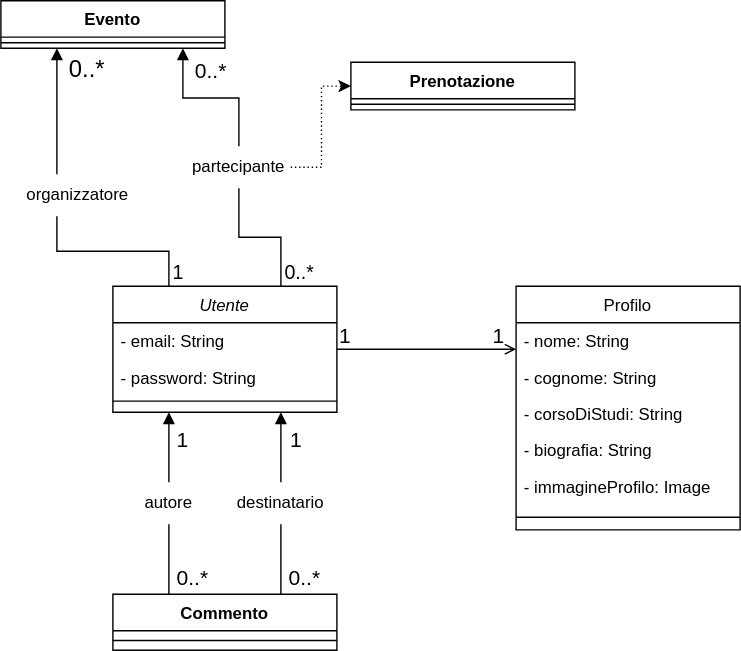
Before: ModelliDominioDrawio/Utente.svg, a diagram exported from draw.io (federicoporpora/studyLink). Source tidied: cells renumbered, new cells last; positions are measured from the earlier drawing's top-left corner, leaving out a move shared by most shapes.
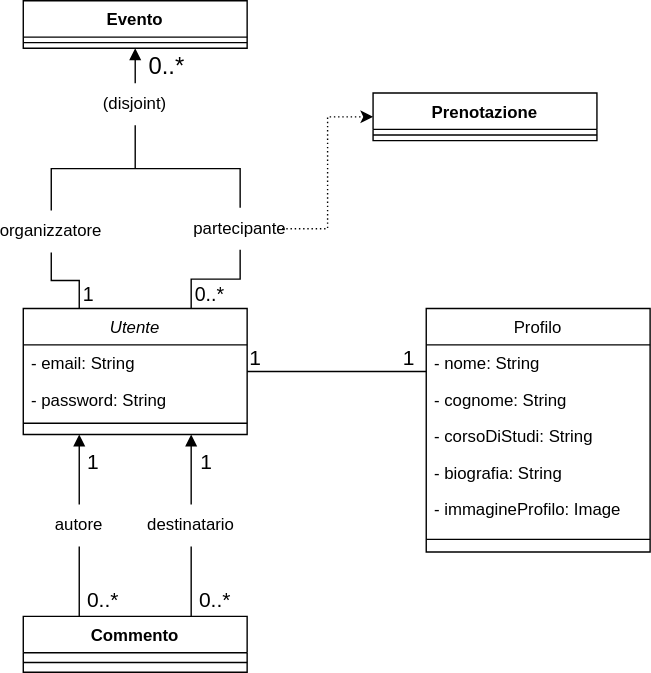
The same file after the commit.

Diff of the diagram source:
```diff
@@ -35,7 +35,7 @@
     <mxCell id="12" style="line;html=1;strokeWidth=1;align=left;verticalAlign=middle;spacingTop=-1;spacingLeft=3;spacingRight=3;labelPosition=right;" parent="6" vertex="1">
       <mxGeometry y="156" width="160" height="18" as="geometry" />
     </mxCell>
-    <mxCell id="13" style="endArrow=open;shadow=0;strokeWidth=1;rounded=0;curved=0;endFill=1;edgeStyle=elbowEdgeStyle;elbow=vertical;" parent="1" edge="1" source="2" target="6">
+    <mxCell id="13" style="endArrow=none;shadow=0;strokeWidth=1;rounded=0;curved=0;endFill=0;edgeStyle=elbowEdgeStyle;elbow=vertical;" parent="1" edge="1" source="2" target="6">
       <mxGeometry x="0.5" y="41" relative="1" as="geometry">
         <mxPoint x="-40" y="32" as="offset" />
       </mxGeometry>
@@ -67,29 +67,24 @@
       <mxGeometry x="205" y="324" as="geometry" />
     </mxCell>
     <mxCell id="22" value="Evento" style="swimlane;fontStyle=1;align=center;verticalAlign=top;horizontal=1;startSize=26;whiteSpace=wrap;html=1;" parent="1" vertex="1">
-      <mxGeometry width="160" height="34" as="geometry" />
+      <mxGeometry x="80" y="-16" width="160" height="34" as="geometry" />
     </mxCell>
     <mxCell id="23" style="line;strokeWidth=1;fillColor=none;align=left;verticalAlign=middle;spacingTop=-1;spacingLeft=3;spacingRight=3;labelPosition=right;strokeColor=inherit;" parent="22" vertex="1">
       <mxGeometry y="26" width="160" height="8" as="geometry" />
     </mxCell>
     <mxCell id="24" value="Prenotazione" style="swimlane;fontStyle=1;align=center;verticalAlign=top;horizontal=1;startSize=26;whiteSpace=wrap;html=1;" parent="1" vertex="1">
-      <mxGeometry x="250" y="44" width="160" height="34" as="geometry" />
+      <mxGeometry x="330" y="50" width="160" height="34" as="geometry" />
     </mxCell>
     <mxCell id="25" style="line;strokeWidth=1;fillColor=none;align=left;verticalAlign=middle;spacingTop=-1;spacingLeft=3;spacingRight=3;labelPosition=right;strokeColor=inherit;" parent="24" vertex="1">
       <mxGeometry y="26" width="160" height="8" as="geometry" />
     </mxCell>
-    <mxCell id="26" style="endArrow=block;endFill=1;html=1;edgeStyle=orthogonalEdgeStyle;align=left;verticalAlign=top;rounded=0;exitX=0.25;exitY=0;exitDx=0;exitDy=0;entryX=0.25;entryY=1;entryDx=0;entryDy=0;" parent="1" edge="1" source="31" target="22">
-      <mxGeometry x="-1" relative="1" as="geometry" />
-    </mxCell>
-    <mxCell id="27" style="endArrow=block;endFill=1;html=1;edgeStyle=orthogonalEdgeStyle;align=left;verticalAlign=top;rounded=0;exitX=0.5;exitY=0;exitDx=0;exitDy=0;" parent="1" edge="1" source="35">
-      <mxGeometry x="-1" relative="1" as="geometry">
-        <mxPoint x="130" y="34" as="targetPoint" />
-      </mxGeometry>
+    <mxCell id="27" style="endArrow=block;endFill=1;html=1;edgeStyle=orthogonalEdgeStyle;align=left;verticalAlign=top;rounded=0;entryX=0.5;entryY=1;entryDx=0;entryDy=0;" parent="1" edge="1" source="45" target="22">
+      <mxGeometry x="-1" relative="1" as="geometry" />
     </mxCell>
     <mxCell id="28" value="0..*" style="edgeLabel;html=1;align=left;verticalAlign=bottom;fontSize=17;" parent="1" vertex="1">
-      <mxGeometry x="47" y="61" as="geometry" />
+      <mxGeometry x="168" y="43" as="geometry" />
     </mxCell>
-    <mxCell id="29" style="endArrow=none;endFill=0;html=1;edgeStyle=orthogonalEdgeStyle;align=left;verticalAlign=top;rounded=0;exitX=0.25;exitY=0;exitDx=0;exitDy=0;entryX=0.25;entryY=1;entryDx=0;entryDy=0;" parent="1" edge="1" source="2" target="31">
+    <mxCell id="29" style="endArrow=none;endFill=0;html=1;edgeStyle=orthogonalEdgeStyle;align=left;verticalAlign=top;rounded=0;exitX=0.25;exitY=0;exitDx=0;exitDy=0;entryX=0.5;entryY=1;entryDx=0;entryDy=0;" parent="1" edge="1" source="2" target="31">
       <mxGeometry x="-1" relative="1" as="geometry" />
     </mxCell>
     <mxCell id="30" value="1" style="edgeLabel;html=1;align=left;verticalAlign=bottom;fontSize=14;" parent="29" vertex="1">
@@ -97,8 +92,16 @@
         <mxPoint x="1" as="offset" />
       </mxGeometry>
     </mxCell>
+    <mxCell id="43" style="edgeStyle=orthogonalEdgeStyle;rounded=0;jettySize=auto;html=1;exitX=0.5;exitY=0;exitDx=0;exitDy=0;endArrow=none;endFill=0;entryX=0.5;entryY=0;entryDx=0;entryDy=0;" parent="1" edge="1" source="31" target="35">
+      <mxGeometry relative="1" as="geometry">
+        <Array as="points">
+          <mxPoint x="100" y="104" />
+          <mxPoint x="235" y="104" />
+        </Array>
+      </mxGeometry>
+    </mxCell>
     <mxCell id="31" value="organizzatore" style="text;html=1;whiteSpace=wrap;strokeColor=none;fillColor=none;align=center;verticalAlign=middle;rounded=0;" parent="1" vertex="1">
-      <mxGeometry x="25" y="124" width="60" height="30" as="geometry" />
+      <mxGeometry x="70" y="134" width="60" height="30" as="geometry" />
     </mxCell>
     <mxCell id="32" style="endArrow=none;endFill=0;html=1;edgeStyle=orthogonalEdgeStyle;align=left;verticalAlign=top;rounded=0;exitX=0.75;exitY=0;exitDx=0;exitDy=0;" parent="1" edge="1" source="2" target="35">
       <mxGeometry x="-1" relative="1" as="geometry" />
@@ -108,17 +111,12 @@
         <mxPoint x="1" as="offset" />
       </mxGeometry>
     </mxCell>
-    <mxCell id="34" style="edgeStyle=orthogonalEdgeStyle;rounded=0;jettySize=auto;html=1;exitX=1;exitY=0.5;exitDx=0;exitDy=0;dashed=1;dashPattern=1 2;entryX=0;entryY=0.5;entryDx=0;entryDy=0;" parent="1" edge="1" target="24">
-      <mxGeometry relative="1" as="geometry">
-        <mxPoint x="207" y="119" as="sourcePoint" />
-      </mxGeometry>
+    <mxCell id="34" style="edgeStyle=orthogonalEdgeStyle;rounded=0;jettySize=auto;html=1;exitX=1;exitY=0.5;exitDx=0;exitDy=0;dashed=1;dashPattern=1 2;entryX=0;entryY=0.5;entryDx=0;entryDy=0;" parent="1" edge="1" source="35" target="24">
+      <mxGeometry relative="1" as="geometry" />
     </mxCell>
     <mxCell id="35" value="partecipante" style="text;html=1;whiteSpace=wrap;strokeColor=none;fillColor=none;align=center;verticalAlign=middle;rounded=0;" parent="1" vertex="1">
-      <mxGeometry x="140" y="104" width="60" height="30" as="geometry" />
+      <mxGeometry x="205" y="132" width="60" height="30" as="geometry" />
     </mxCell>
-    <mxCell id="36" value="&lt;font style=&quot;font-size: 15px;&quot;&gt;0..*&lt;/font&gt;" style="edgeLabel;html=1;align=left;verticalAlign=bottom;fontSize=17;" parent="1" vertex="1">
-      <mxGeometry x="137" y="62" as="geometry" />
-    </mxCell>
     <mxCell id="37" style="endArrow=none;endFill=0;html=1;edgeStyle=orthogonalEdgeStyle;align=left;verticalAlign=top;rounded=0;exitX=0.75;exitY=0;exitDx=0;exitDy=0;entryX=0.5;entryY=1;entryDx=0;entryDy=0;" parent="1" edge="1" source="16" target="39">
       <mxGeometry x="-1" relative="1" as="geometry" />
     </mxCell>
@@ -141,5 +139,13 @@
     <mxCell id="42" value="autore" style="text;html=1;whiteSpace=wrap;strokeColor=none;fillColor=none;align=center;verticalAlign=middle;rounded=0;" parent="1" vertex="1">
       <mxGeometry x="90" y="344" width="60" height="30" as="geometry" />
     </mxCell>
+    <mxCell id="44" style="endArrow=none;endFill=0;html=1;edgeStyle=orthogonalEdgeStyle;align=left;verticalAlign=top;rounded=0;entryX=0.5;entryY=1;entryDx=0;entryDy=0;" parent="1" edge="1" target="45">
+      <mxGeometry x="-1" relative="1" as="geometry">
+        <mxPoint x="160" y="104" as="sourcePoint" />
+      </mxGeometry>
+    </mxCell>
+    <mxCell id="45" value="&lt;div&gt;&lt;span style=&quot;background-color: transparent; color: light-dark(rgb(0, 0, 0), rgb(255, 255, 255));&quot;&gt;(disjoint)&lt;/span&gt;&lt;/div&gt;" style="text;html=1;whiteSpace=wrap;strokeColor=none;fillColor=none;align=center;verticalAlign=middle;rounded=0;" parent="1" vertex="1">
+      <mxGeometry x="130" y="43" width="60" height="30" as="geometry" />
+    </mxCell>
   </root>
 </mxGraphModel>
```
